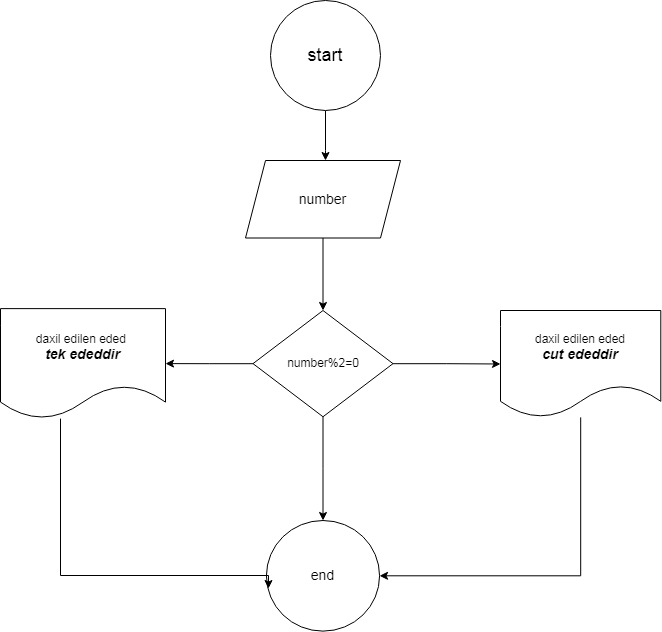
Above: task 1.drawio.png in muradbayramovcode/Algorithms-Alqoritmler- (draw.io), before the change. Source tidied: cells renumbered, new cells last; positions are measured from the earlier drawing's top-left corner, leaving out a move shared by most shapes. Its diagram source:
```xml
<mxGraphModel>
  <root>
    <mxCell id="0" />
    <mxCell id="1" parent="0" />
    <mxCell id="2" style="edgeStyle=orthogonalEdgeStyle;rounded=0;jettySize=auto;html=1;" parent="1" edge="1" source="3" target="5">
      <mxGeometry relative="1" as="geometry">
        <Array as="points">
          <mxPoint x="325" y="150" />
          <mxPoint x="325" y="150" />
        </Array>
      </mxGeometry>
    </mxCell>
    <mxCell id="3" value="&lt;font style=&quot;font-size: 18px;&quot;&gt;start&lt;/font&gt;" style="ellipse;whiteSpace=wrap;html=1;" parent="1" vertex="1">
      <mxGeometry x="270" width="110" height="110" as="geometry" />
    </mxCell>
    <mxCell id="4" style="edgeStyle=orthogonalEdgeStyle;rounded=0;jettySize=auto;html=1;" parent="1" edge="1" source="5" target="9">
      <mxGeometry relative="1" as="geometry" />
    </mxCell>
    <mxCell id="5" value="&lt;font style=&quot;font-size: 14px;&quot;&gt;number&lt;/font&gt;" style="shape=parallelogram;perimeter=parallelogramPerimeter;whiteSpace=wrap;html=1;fixedSize=1;" parent="1" vertex="1">
      <mxGeometry x="245" y="160" width="155" height="77.5" as="geometry" />
    </mxCell>
    <mxCell id="6" style="edgeStyle=orthogonalEdgeStyle;rounded=0;jettySize=auto;html=1;" parent="1" edge="1" source="9" target="12">
      <mxGeometry relative="1" as="geometry" />
    </mxCell>
    <mxCell id="7" style="edgeStyle=orthogonalEdgeStyle;rounded=0;jettySize=auto;html=1;" parent="1" edge="1" source="9" target="11">
      <mxGeometry relative="1" as="geometry" />
    </mxCell>
    <mxCell id="8" style="edgeStyle=orthogonalEdgeStyle;rounded=0;jettySize=auto;html=1;" parent="1" edge="1" source="9" target="13">
      <mxGeometry relative="1" as="geometry" />
    </mxCell>
    <mxCell id="9" value="number%2=0" style="rhombus;whiteSpace=wrap;html=1;" parent="1" vertex="1">
      <mxGeometry x="252.5" y="310" width="140" height="106.2" as="geometry" />
    </mxCell>
    <mxCell id="10" style="edgeStyle=orthogonalEdgeStyle;rounded=0;jettySize=auto;html=1;entryX=1;entryY=0.5;entryDx=0;entryDy=0;" parent="1" edge="1" source="11" target="13">
      <mxGeometry relative="1" as="geometry">
        <Array as="points">
          <mxPoint x="580" y="575" />
        </Array>
      </mxGeometry>
    </mxCell>
    <mxCell id="11" value="daxil edilen eded&lt;div&gt;&lt;font style=&quot;font-size: 14px;&quot;&gt;&lt;b&gt;&lt;i&gt;cut ededdir&lt;/i&gt;&lt;/b&gt;&lt;/font&gt;&lt;/div&gt;" style="shape=document;whiteSpace=wrap;html=1;boundedLbl=1;" parent="1" vertex="1">
      <mxGeometry x="500" y="310" width="160.3" height="106.9" as="geometry" />
    </mxCell>
    <mxCell id="12" value="daxil edilen eded&amp;nbsp;&lt;div&gt;&lt;b&gt;&lt;i&gt;&lt;font style=&quot;font-size: 14px;&quot;&gt;tek ededdir&lt;/font&gt;&lt;/i&gt;&lt;/b&gt;&lt;/div&gt;" style="shape=document;whiteSpace=wrap;html=1;boundedLbl=1;" parent="1" vertex="1">
      <mxGeometry y="308.1" width="165" height="110" as="geometry" />
    </mxCell>
    <mxCell id="13" value="&lt;font style=&quot;font-size: 14px;&quot;&gt;end&lt;/font&gt;" style="ellipse;whiteSpace=wrap;html=1;" parent="1" vertex="1">
      <mxGeometry x="265.9" y="520" width="113.1" height="110.6" as="geometry" />
    </mxCell>
    <mxCell id="14" style="edgeStyle=orthogonalEdgeStyle;rounded=0;jettySize=auto;html=1;entryX=0.018;entryY=0.615;entryDx=0;entryDy=0;entryPerimeter=0;" parent="1" edge="1" source="12" target="13">
      <mxGeometry relative="1" as="geometry">
        <Array as="points">
          <mxPoint x="60" y="575" />
          <mxPoint x="268" y="575" />
        </Array>
      </mxGeometry>
    </mxCell>
  </root>
</mxGraphModel>
```
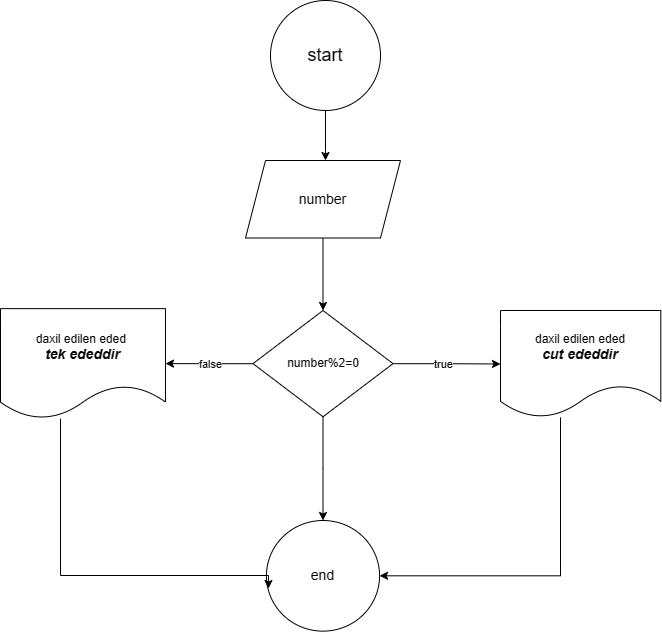
After the commit.

Commit message:
ededin cut olub-olmamasi

Diff of the diagram source:
```diff
@@ -22,9 +22,19 @@
     <mxCell id="6" style="edgeStyle=orthogonalEdgeStyle;rounded=0;jettySize=auto;html=1;" parent="1" edge="1" source="9" target="12">
       <mxGeometry relative="1" as="geometry" />
     </mxCell>
+    <mxCell id="15" value="false" style="edgeLabel;html=1;align=center;verticalAlign=middle;" parent="6" vertex="1">
+      <mxGeometry x="0.04" y="-3" relative="1" as="geometry">
+        <mxPoint x="3" y="3" as="offset" />
+      </mxGeometry>
+    </mxCell>
     <mxCell id="7" style="edgeStyle=orthogonalEdgeStyle;rounded=0;jettySize=auto;html=1;" parent="1" edge="1" source="9" target="11">
       <mxGeometry relative="1" as="geometry" />
     </mxCell>
+    <mxCell id="16" value="true" style="edgeLabel;html=1;align=center;verticalAlign=middle;" parent="7" vertex="1">
+      <mxGeometry x="-0.08" y="3" relative="1" as="geometry">
+        <mxPoint y="3" as="offset" />
+      </mxGeometry>
+    </mxCell>
     <mxCell id="8" style="edgeStyle=orthogonalEdgeStyle;rounded=0;jettySize=auto;html=1;" parent="1" edge="1" source="9" target="13">
       <mxGeometry relative="1" as="geometry" />
     </mxCell>
@@ -34,7 +44,7 @@
     <mxCell id="10" style="edgeStyle=orthogonalEdgeStyle;rounded=0;jettySize=auto;html=1;entryX=1;entryY=0.5;entryDx=0;entryDy=0;" parent="1" edge="1" source="11" target="13">
       <mxGeometry relative="1" as="geometry">
         <Array as="points">
-          <mxPoint x="580" y="575" />
+          <mxPoint x="560" y="575" />
         </Array>
       </mxGeometry>
     </mxCell>
```
